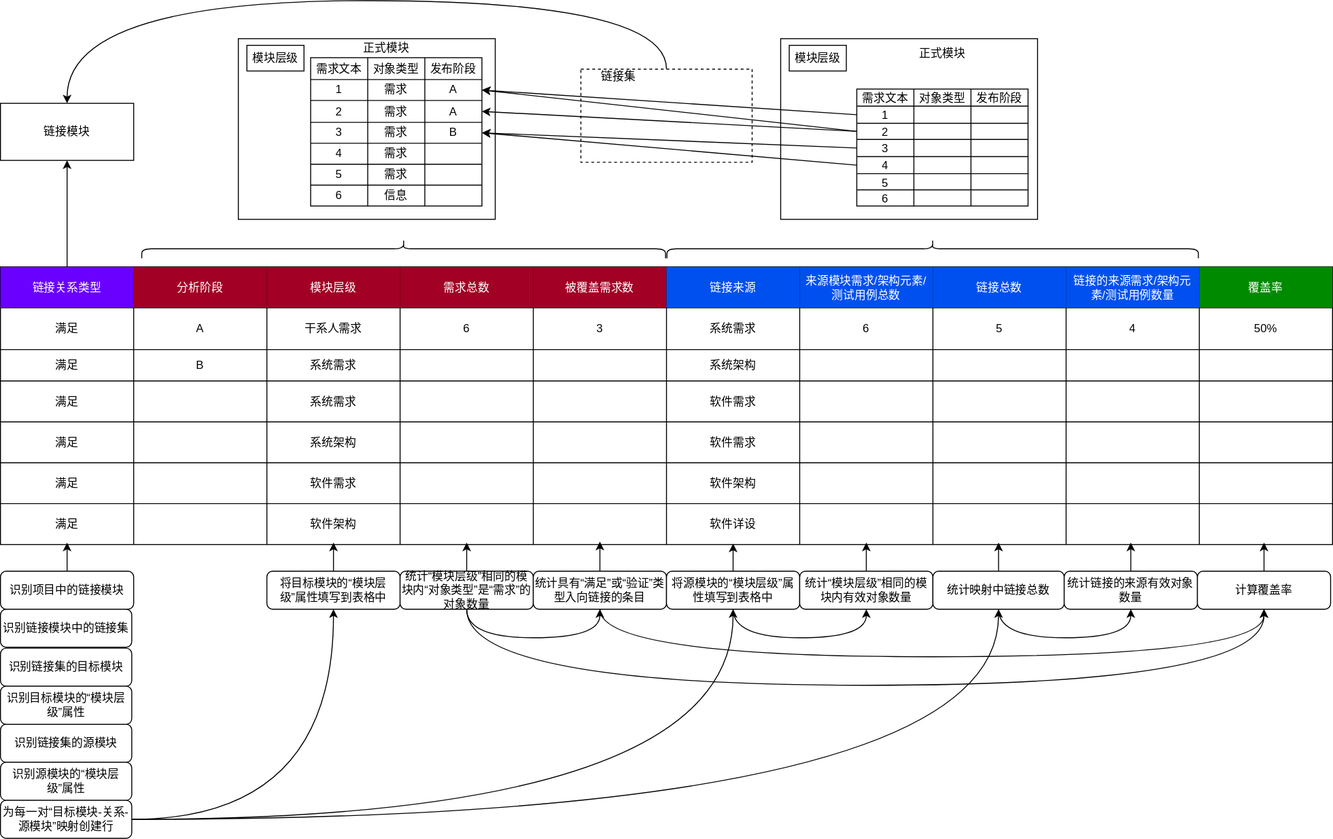
This is 概念设计图.drawio.svg from Zeyue/DXL-Coverage, a draw.io export, as it was before one commit. Source tidied: cells renumbered, new cells last; positions are measured from the earlier drawing's top-left corner, leaving out a move shared by most shapes.
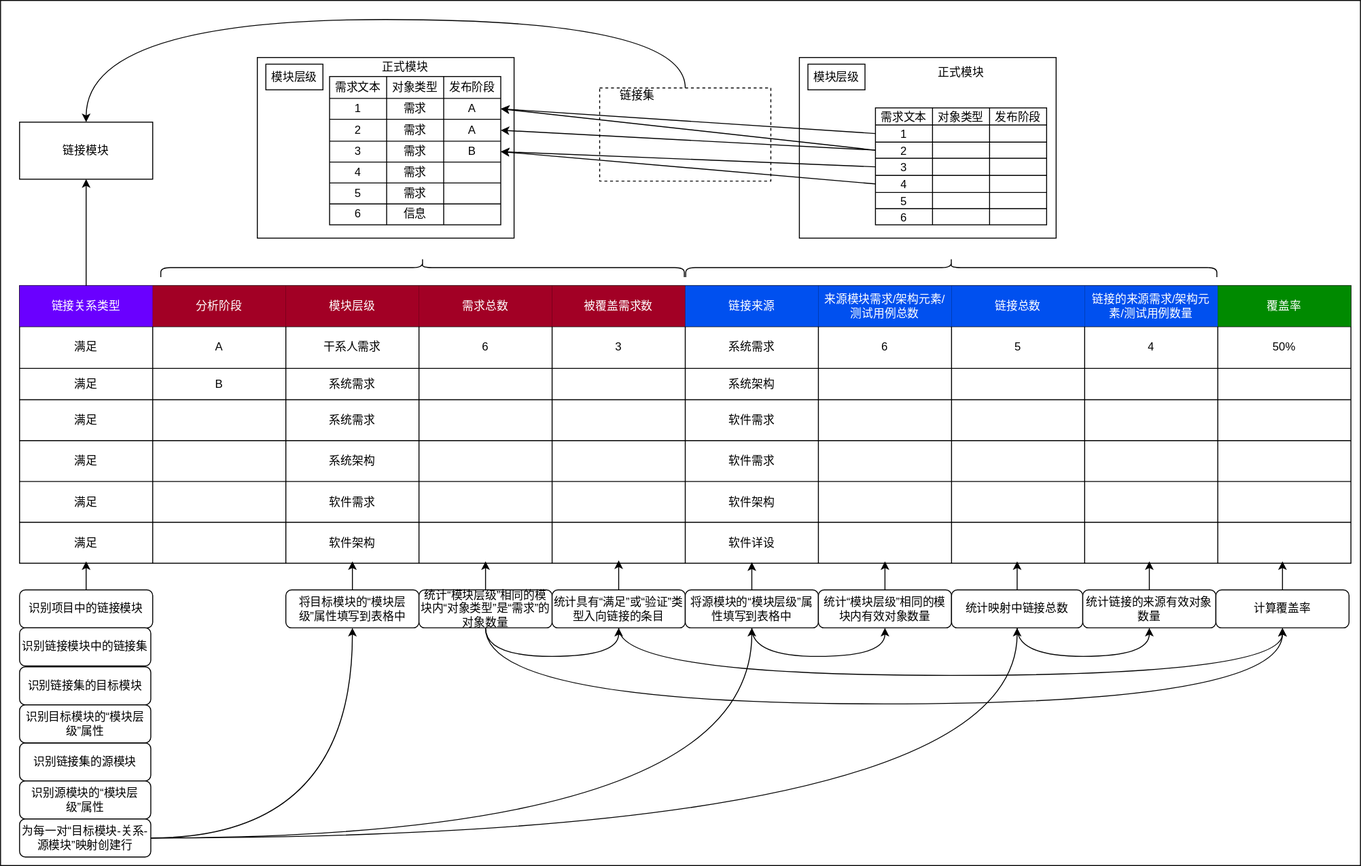
After the change.

Commit message:
添加图片背景

Diff of the diagram source:
```diff
@@ -2,6 +2,9 @@
   <root>
     <mxCell id="0" />
     <mxCell id="1" parent="0" />
+    <mxCell id="188" style="rounded=0;whiteSpace=wrap;html=1;" parent="1" vertex="1">
+      <mxGeometry x="-20" y="-2" width="1430" height="910" as="geometry" />
+    </mxCell>
     <mxCell id="2" style="rounded=0;whiteSpace=wrap;html=1;fillColor=none;" parent="1" vertex="1">
       <mxGeometry x="820" y="58" width="270" height="190" as="geometry" />
     </mxCell>
```
